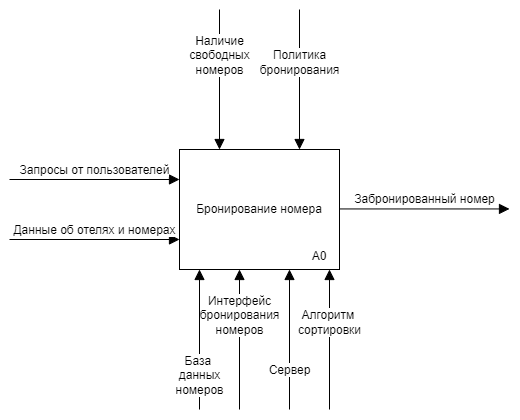
Before: Готовые лабы/Bisness.png, a diagram exported from draw.io (asc0ltato/PPO-5sem). Source tidied: cells renumbered, new cells last; positions are measured from the earlier drawing's top-left corner, leaving out a move shared by most shapes. Source of this version:
```xml
<mxGraphModel>
  <root>
    <mxCell id="0" />
    <mxCell id="1" parent="0" />
    <mxCell id="2" value="Бронирование номера" style="html=1;whiteSpace=wrap;" parent="1" vertex="1">
      <mxGeometry x="170" y="140" width="160" height="120" as="geometry" />
    </mxCell>
    <mxCell id="3" value="Запросы от пользователей" style="html=1;verticalAlign=bottom;endArrow=block;curved=0;rounded=0;fontSize=12;startSize=8;endSize=8;entryX=0;entryY=0.25;entryDx=0;entryDy=0;" parent="1" edge="1" target="2">
      <mxGeometry relative="1" as="geometry">
        <mxPoint y="170" as="sourcePoint" />
      </mxGeometry>
    </mxCell>
    <mxCell id="4" value="Данные об отелях и номерах" style="html=1;verticalAlign=bottom;endArrow=block;curved=0;rounded=0;fontSize=12;startSize=8;endSize=8;entryX=0;entryY=0.75;entryDx=0;entryDy=0;" parent="1" edge="1" target="2">
      <mxGeometry relative="1" as="geometry">
        <mxPoint y="230" as="sourcePoint" />
      </mxGeometry>
    </mxCell>
    <mxCell id="5" value="Забронированный номер" style="html=1;verticalAlign=bottom;endArrow=block;curved=0;rounded=0;fontSize=12;startSize=8;endSize=8;entryX=0;entryY=0.75;entryDx=0;entryDy=0;" parent="1" edge="1">
      <mxGeometry relative="1" as="geometry">
        <mxPoint x="330" y="199.4" as="sourcePoint" />
        <mxPoint x="500" y="199.4" as="targetPoint" />
      </mxGeometry>
    </mxCell>
    <mxCell id="6" value="Наличие&lt;div&gt;свободных&lt;/div&gt;&lt;div&gt;номеров&lt;/div&gt;" style="html=1;verticalAlign=bottom;endArrow=block;curved=0;rounded=0;fontSize=12;startSize=8;endSize=8;entryX=0.25;entryY=0;entryDx=0;entryDy=0;" parent="1" edge="1">
      <mxGeometry relative="1" as="geometry">
        <mxPoint x="210" as="sourcePoint" />
        <mxPoint x="210" y="140" as="targetPoint" />
      </mxGeometry>
    </mxCell>
    <mxCell id="7" value="Интерфейс&lt;div&gt;бронирования&lt;/div&gt;&lt;div&gt;номеров&lt;/div&gt;" style="html=1;verticalAlign=bottom;endArrow=block;curved=0;rounded=0;fontSize=12;startSize=8;endSize=8;" parent="1" edge="1">
      <mxGeometry relative="1" as="geometry">
        <mxPoint x="230" y="400" as="sourcePoint" />
        <mxPoint x="230" y="260" as="targetPoint" />
      </mxGeometry>
    </mxCell>
    <mxCell id="8" value="База&amp;nbsp;&lt;div&gt;данных&lt;/div&gt;&lt;div&gt;номеров&lt;/div&gt;" style="html=1;verticalAlign=bottom;endArrow=block;curved=0;rounded=0;fontSize=12;startSize=8;endSize=8;" parent="1" edge="1">
      <mxGeometry x="-0.86" relative="1" as="geometry">
        <mxPoint x="190" y="400" as="sourcePoint" />
        <mxPoint x="190" y="260" as="targetPoint" />
      </mxGeometry>
    </mxCell>
    <mxCell id="9" value="&lt;font style=&quot;font-size: 12px;&quot;&gt;А0&lt;/font&gt;" style="text;strokeColor=none;fillColor=none;html=1;align=center;verticalAlign=middle;whiteSpace=wrap;rounded=0;fontSize=16;" parent="1" vertex="1">
      <mxGeometry x="280" y="230" width="60" height="30" as="geometry" />
    </mxCell>
    <mxCell id="10" value="Политика&lt;div&gt;бронирования&lt;/div&gt;" style="html=1;verticalAlign=bottom;endArrow=block;curved=0;rounded=0;fontSize=12;startSize=8;endSize=8;entryX=0.25;entryY=0;entryDx=0;entryDy=0;" parent="1" edge="1">
      <mxGeometry relative="1" as="geometry">
        <mxPoint x="290" as="sourcePoint" />
        <mxPoint x="290" y="140" as="targetPoint" />
      </mxGeometry>
    </mxCell>
    <mxCell id="11" value="Сервер" style="html=1;verticalAlign=bottom;endArrow=block;curved=0;rounded=0;fontSize=12;startSize=8;endSize=8;" parent="1" edge="1">
      <mxGeometry x="-0.57" relative="1" as="geometry">
        <mxPoint x="280" y="400" as="sourcePoint" />
        <mxPoint x="280" y="260" as="targetPoint" />
      </mxGeometry>
    </mxCell>
    <mxCell id="12" value="Алгоритм&amp;nbsp;&lt;div&gt;сортировки&lt;/div&gt;" style="html=1;verticalAlign=bottom;endArrow=block;curved=0;rounded=0;fontSize=12;startSize=8;endSize=8;" parent="1" edge="1">
      <mxGeometry relative="1" as="geometry">
        <mxPoint x="320" y="400" as="sourcePoint" />
        <mxPoint x="320" y="260" as="targetPoint" />
      </mxGeometry>
    </mxCell>
  </root>
</mxGraphModel>
```
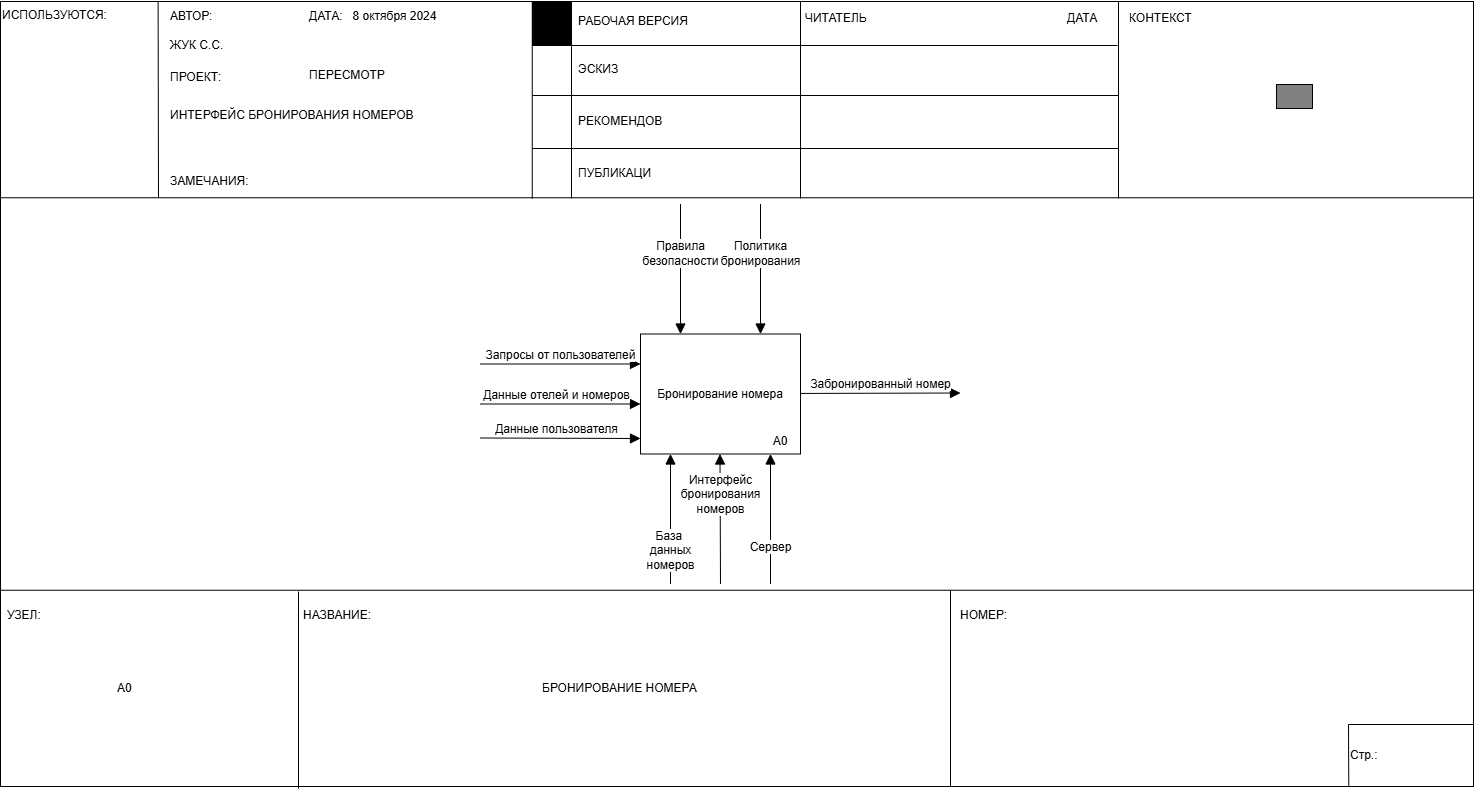
Later version of the same file.

The edit, as a diff of the source:
```diff
@@ -2,41 +2,45 @@
   <root>
     <mxCell id="0" />
     <mxCell id="1" parent="0" />
+    <mxCell id="13" style="rounded=0;whiteSpace=wrap;html=1;" parent="1" vertex="1">
+      <mxGeometry x="-470" y="-192.5" width="1473" height="785" as="geometry" />
+    </mxCell>
     <mxCell id="2" value="Бронирование номера" style="html=1;whiteSpace=wrap;" parent="1" vertex="1">
       <mxGeometry x="170" y="140" width="160" height="120" as="geometry" />
     </mxCell>
     <mxCell id="3" value="Запросы от пользователей" style="html=1;verticalAlign=bottom;endArrow=block;curved=0;rounded=0;fontSize=12;startSize=8;endSize=8;entryX=0;entryY=0.25;entryDx=0;entryDy=0;" parent="1" edge="1" target="2">
       <mxGeometry relative="1" as="geometry">
-        <mxPoint y="170" as="sourcePoint" />
+        <mxPoint x="10" y="170" as="sourcePoint" />
       </mxGeometry>
     </mxCell>
-    <mxCell id="4" value="Данные об отелях и номерах" style="html=1;verticalAlign=bottom;endArrow=block;curved=0;rounded=0;fontSize=12;startSize=8;endSize=8;entryX=0;entryY=0.75;entryDx=0;entryDy=0;" parent="1" edge="1" target="2">
-      <mxGeometry relative="1" as="geometry">
-        <mxPoint y="230" as="sourcePoint" />
+    <mxCell id="4" value="Данные отелей и номеров" style="html=1;verticalAlign=bottom;endArrow=block;curved=0;rounded=0;fontSize=12;startSize=8;endSize=8;entryX=0;entryY=0.75;entryDx=0;entryDy=0;" parent="1" edge="1">
+      <mxGeometry x="-0.06" relative="1" as="geometry">
+        <mxPoint x="10" y="210" as="sourcePoint" />
+        <mxPoint x="170" y="210" as="targetPoint" />
       </mxGeometry>
     </mxCell>
-    <mxCell id="5" value="Забронированный номер" style="html=1;verticalAlign=bottom;endArrow=block;curved=0;rounded=0;fontSize=12;startSize=8;endSize=8;entryX=0;entryY=0.75;entryDx=0;entryDy=0;" parent="1" edge="1">
+    <mxCell id="5" value="Забронированный номер" style="html=1;verticalAlign=bottom;endArrow=block;curved=0;rounded=0;fontSize=12;startSize=8;endSize=8;" parent="1" edge="1">
       <mxGeometry relative="1" as="geometry">
         <mxPoint x="330" y="199.4" as="sourcePoint" />
-        <mxPoint x="500" y="199.4" as="targetPoint" />
+        <mxPoint x="490" y="199" as="targetPoint" />
       </mxGeometry>
     </mxCell>
-    <mxCell id="6" value="Наличие&lt;div&gt;свободных&lt;/div&gt;&lt;div&gt;номеров&lt;/div&gt;" style="html=1;verticalAlign=bottom;endArrow=block;curved=0;rounded=0;fontSize=12;startSize=8;endSize=8;entryX=0.25;entryY=0;entryDx=0;entryDy=0;" parent="1" edge="1">
+    <mxCell id="6" value="Правила&lt;div&gt;безопасности&lt;/div&gt;" style="html=1;verticalAlign=bottom;endArrow=block;curved=0;rounded=0;fontSize=12;startSize=8;endSize=8;entryX=0.25;entryY=0;entryDx=0;entryDy=0;" parent="1" edge="1">
       <mxGeometry relative="1" as="geometry">
-        <mxPoint x="210" as="sourcePoint" />
+        <mxPoint x="210" y="10" as="sourcePoint" />
         <mxPoint x="210" y="140" as="targetPoint" />
       </mxGeometry>
     </mxCell>
     <mxCell id="7" value="Интерфейс&lt;div&gt;бронирования&lt;/div&gt;&lt;div&gt;номеров&lt;/div&gt;" style="html=1;verticalAlign=bottom;endArrow=block;curved=0;rounded=0;fontSize=12;startSize=8;endSize=8;" parent="1" edge="1">
       <mxGeometry relative="1" as="geometry">
-        <mxPoint x="230" y="400" as="sourcePoint" />
-        <mxPoint x="230" y="260" as="targetPoint" />
+        <mxPoint x="250" y="390" as="sourcePoint" />
+        <mxPoint x="249.5" y="260" as="targetPoint" />
       </mxGeometry>
     </mxCell>
     <mxCell id="8" value="База&amp;nbsp;&lt;div&gt;данных&lt;/div&gt;&lt;div&gt;номеров&lt;/div&gt;" style="html=1;verticalAlign=bottom;endArrow=block;curved=0;rounded=0;fontSize=12;startSize=8;endSize=8;" parent="1" edge="1">
       <mxGeometry x="-0.86" relative="1" as="geometry">
-        <mxPoint x="190" y="400" as="sourcePoint" />
-        <mxPoint x="190" y="260" as="targetPoint" />
+        <mxPoint x="200" y="390" as="sourcePoint" />
+        <mxPoint x="200" y="260" as="targetPoint" />
       </mxGeometry>
     </mxCell>
     <mxCell id="9" value="&lt;font style=&quot;font-size: 12px;&quot;&gt;А0&lt;/font&gt;" style="text;strokeColor=none;fillColor=none;html=1;align=center;verticalAlign=middle;whiteSpace=wrap;rounded=0;fontSize=16;" parent="1" vertex="1">
@@ -44,21 +48,167 @@
     </mxCell>
     <mxCell id="10" value="Политика&lt;div&gt;бронирования&lt;/div&gt;" style="html=1;verticalAlign=bottom;endArrow=block;curved=0;rounded=0;fontSize=12;startSize=8;endSize=8;entryX=0.25;entryY=0;entryDx=0;entryDy=0;" parent="1" edge="1">
       <mxGeometry relative="1" as="geometry">
-        <mxPoint x="290" as="sourcePoint" />
+        <mxPoint x="290" y="10" as="sourcePoint" />
         <mxPoint x="290" y="140" as="targetPoint" />
       </mxGeometry>
     </mxCell>
     <mxCell id="11" value="Сервер" style="html=1;verticalAlign=bottom;endArrow=block;curved=0;rounded=0;fontSize=12;startSize=8;endSize=8;" parent="1" edge="1">
       <mxGeometry x="-0.57" relative="1" as="geometry">
-        <mxPoint x="280" y="400" as="sourcePoint" />
-        <mxPoint x="280" y="260" as="targetPoint" />
+        <mxPoint x="300" y="390" as="sourcePoint" />
+        <mxPoint x="300" y="260" as="targetPoint" />
       </mxGeometry>
     </mxCell>
-    <mxCell id="12" value="Алгоритм&amp;nbsp;&lt;div&gt;сортировки&lt;/div&gt;" style="html=1;verticalAlign=bottom;endArrow=block;curved=0;rounded=0;fontSize=12;startSize=8;endSize=8;" parent="1" edge="1">
-      <mxGeometry relative="1" as="geometry">
-        <mxPoint x="320" y="400" as="sourcePoint" />
-        <mxPoint x="320" y="260" as="targetPoint" />
-      </mxGeometry>
-    </mxCell>
+    <mxCell id="14" value="Данные пользователя" style="html=1;verticalAlign=bottom;endArrow=block;curved=0;rounded=0;fontSize=12;startSize=8;endSize=8;entryX=0;entryY=0.75;entryDx=0;entryDy=0;" parent="1" edge="1">
+      <mxGeometry x="-0.06" relative="1" as="geometry">
+        <mxPoint x="10" y="244" as="sourcePoint" />
+        <mxPoint x="170" y="244.5" as="targetPoint" />
+      </mxGeometry>
+    </mxCell>
+    <mxCell id="15" value="ИСПОЛЬЗУЮТСЯ:" style="text;html=1;align=left;verticalAlign=middle;whiteSpace=wrap;rounded=0;fontSize=12;" parent="1" vertex="1">
+      <mxGeometry x="-470" y="-193.5" width="60" height="30" as="geometry" />
+    </mxCell>
+    <mxCell id="16" style="endArrow=none;html=1;rounded=0;fontSize=12;startSize=8;endSize=8;curved=1;exitX=0;exitY=0.75;exitDx=0;exitDy=0;entryX=1;entryY=0.75;entryDx=0;entryDy=0;" parent="1" edge="1" source="13" target="13">
+      <mxGeometry relative="1" as="geometry" />
+    </mxCell>
+    <mxCell id="17" style="endArrow=none;html=1;rounded=0;fontSize=12;startSize=8;endSize=8;curved=1;entryX=1;entryY=0.25;entryDx=0;entryDy=0;exitX=0;exitY=0.25;exitDx=0;exitDy=0;" parent="1" edge="1" source="13" target="13">
+      <mxGeometry relative="1" as="geometry" />
+    </mxCell>
+    <mxCell id="18" style="endArrow=none;html=1;rounded=0;fontSize=12;startSize=8;endSize=8;curved=1;" parent="1" edge="1">
+      <mxGeometry relative="1" as="geometry">
+        <mxPoint x="61.8" y="-192.5" as="sourcePoint" />
+        <mxPoint x="61.8" y="4.5" as="targetPoint" />
+      </mxGeometry>
+    </mxCell>
+    <mxCell id="19" value="УЗЕЛ:" style="text;html=1;align=left;verticalAlign=middle;whiteSpace=wrap;rounded=0;fontSize=12;" parent="1" vertex="1">
+      <mxGeometry x="-465" y="406.5" width="60" height="30" as="geometry" />
+    </mxCell>
+    <mxCell id="20" value="A0" style="text;html=1;align=left;verticalAlign=middle;whiteSpace=wrap;rounded=0;fontSize=12;" parent="1" vertex="1">
+      <mxGeometry x="-355" y="479.5" width="60" height="30" as="geometry" />
+    </mxCell>
+    <mxCell id="21" style="endArrow=none;html=1;rounded=0;fontSize=12;startSize=8;endSize=8;curved=1;exitX=0.107;exitY=0;exitDx=0;exitDy=0;exitPerimeter=0;" parent="1" edge="1" source="13">
+      <mxGeometry relative="1" as="geometry">
+        <mxPoint x="-312" y="3.5" as="targetPoint" />
+      </mxGeometry>
+    </mxCell>
+    <mxCell id="22" value="АВТОР:" style="text;html=1;align=left;verticalAlign=middle;whiteSpace=wrap;rounded=0;fontSize=12;" parent="1" vertex="1">
+      <mxGeometry x="-302" y="-192.5" width="60" height="30" as="geometry" />
+    </mxCell>
+    <mxCell id="23" value="ПРОЕКТ:" style="text;html=1;align=left;verticalAlign=middle;whiteSpace=wrap;rounded=0;fontSize=12;" parent="1" vertex="1">
+      <mxGeometry x="-302" y="-131.5" width="60" height="30" as="geometry" />
+    </mxCell>
+    <mxCell id="24" value="ЗАМЕЧАНИЯ:&amp;nbsp;" style="text;html=1;align=left;verticalAlign=middle;whiteSpace=wrap;rounded=0;fontSize=12;" parent="1" vertex="1">
+      <mxGeometry x="-302" y="-27.5" width="60" height="30" as="geometry" />
+    </mxCell>
+    <mxCell id="25" value="ПЕРЕСМОТР" style="text;html=1;align=left;verticalAlign=middle;whiteSpace=wrap;rounded=0;fontSize=12;" parent="1" vertex="1">
+      <mxGeometry x="-163" y="-133.5" width="60" height="30" as="geometry" />
+    </mxCell>
+    <mxCell id="26" value="ДАТА:&amp;nbsp; &amp;nbsp;8 октября 2024" style="text;html=1;align=left;verticalAlign=middle;whiteSpace=wrap;rounded=0;fontSize=12;" parent="1" vertex="1">
+      <mxGeometry x="-163" y="-192.5" width="185" height="30" as="geometry" />
+    </mxCell>
+    <mxCell id="27" value="РАБОЧАЯ ВЕРСИЯ" style="text;html=1;align=left;verticalAlign=middle;whiteSpace=wrap;rounded=0;fontSize=12;" parent="1" vertex="1">
+      <mxGeometry x="106" y="-187.5" width="159" height="30" as="geometry" />
+    </mxCell>
+    <mxCell id="28" value="ЭСКИЗ" style="text;html=1;align=left;verticalAlign=middle;whiteSpace=wrap;rounded=0;fontSize=12;" parent="1" vertex="1">
+      <mxGeometry x="106" y="-139.5" width="159" height="30" as="geometry" />
+    </mxCell>
+    <mxCell id="29" value="РЕКОМЕНДОВ" style="text;html=1;align=left;verticalAlign=middle;whiteSpace=wrap;rounded=0;fontSize=12;" parent="1" vertex="1">
+      <mxGeometry x="106" y="-87.5" width="159" height="30" as="geometry" />
+    </mxCell>
+    <mxCell id="30" value="ПУБЛИКАЦИ" style="text;html=1;align=left;verticalAlign=middle;whiteSpace=wrap;rounded=0;fontSize=12;" parent="1" vertex="1">
+      <mxGeometry x="106" y="-35.5" width="159" height="30" as="geometry" />
+    </mxCell>
+    <mxCell id="31" value="ЧИТАТЕЛЬ" style="text;html=1;align=left;verticalAlign=middle;whiteSpace=wrap;rounded=0;fontSize=12;" parent="1" vertex="1">
+      <mxGeometry x="333" y="-190.5" width="100" height="30" as="geometry" />
+    </mxCell>
+    <mxCell id="32" value="ДАТА" style="text;html=1;align=left;verticalAlign=middle;whiteSpace=wrap;rounded=0;fontSize=12;" parent="1" vertex="1">
+      <mxGeometry x="595" y="-190.5" width="53" height="30" as="geometry" />
+    </mxCell>
+    <mxCell id="33" value="КОНТЕКСТ" style="text;html=1;align=left;verticalAlign=middle;whiteSpace=wrap;rounded=0;fontSize=12;" parent="1" vertex="1">
+      <mxGeometry x="657" y="-190.5" width="93" height="30" as="geometry" />
+    </mxCell>
+    <mxCell id="34" value="НАЗВАНИЕ:&amp;nbsp;" style="text;html=1;align=left;verticalAlign=middle;whiteSpace=wrap;rounded=0;fontSize=12;" parent="1" vertex="1">
+      <mxGeometry x="-169" y="406.5" width="120" height="30" as="geometry" />
+    </mxCell>
+    <mxCell id="35" value="НОМЕР:" style="text;html=1;align=left;verticalAlign=middle;whiteSpace=wrap;rounded=0;fontSize=12;" parent="1" vertex="1">
+      <mxGeometry x="488" y="406.5" width="85" height="30" as="geometry" />
+    </mxCell>
+    <mxCell id="36" value="ЖУК С.С." style="text;html=1;align=left;verticalAlign=middle;whiteSpace=wrap;rounded=0;fontSize=12;" parent="1" vertex="1">
+      <mxGeometry x="-302" y="-163.5" width="179" height="30" as="geometry" />
+    </mxCell>
+    <mxCell id="37" style="endArrow=none;html=1;rounded=0;fontSize=12;startSize=8;endSize=8;curved=1;" parent="1" edge="1">
+      <mxGeometry relative="1" as="geometry">
+        <mxPoint x="101" y="-192.5" as="sourcePoint" />
+        <mxPoint x="101" y="4.5" as="targetPoint" />
+      </mxGeometry>
+    </mxCell>
+    <mxCell id="38" style="endArrow=none;html=1;rounded=0;fontSize=12;startSize=8;endSize=8;curved=1;" parent="1" edge="1">
+      <mxGeometry relative="1" as="geometry">
+        <mxPoint x="62" y="-148.5" as="sourcePoint" />
+        <mxPoint x="647" y="-148.5" as="targetPoint" />
+      </mxGeometry>
+    </mxCell>
+    <mxCell id="39" style="endArrow=none;html=1;rounded=0;fontSize=12;startSize=8;endSize=8;curved=1;" parent="1" edge="1">
+      <mxGeometry relative="1" as="geometry">
+        <mxPoint x="330" y="-192.5" as="sourcePoint" />
+        <mxPoint x="330" y="4.5" as="targetPoint" />
+      </mxGeometry>
+    </mxCell>
+    <mxCell id="40" style="endArrow=none;html=1;rounded=0;fontSize=12;startSize=8;endSize=8;curved=1;" parent="1" edge="1">
+      <mxGeometry relative="1" as="geometry">
+        <mxPoint x="648" y="-192.5" as="sourcePoint" />
+        <mxPoint x="648" y="4.5" as="targetPoint" />
+      </mxGeometry>
+    </mxCell>
+    <mxCell id="41" style="endArrow=none;html=1;rounded=0;fontSize=12;startSize=8;endSize=8;curved=1;" parent="1" edge="1">
+      <mxGeometry relative="1" as="geometry">
+        <mxPoint x="62" y="-98.5" as="sourcePoint" />
+        <mxPoint x="648" y="-98.5" as="targetPoint" />
+      </mxGeometry>
+    </mxCell>
+    <mxCell id="42" style="endArrow=none;html=1;rounded=0;fontSize=12;startSize=8;endSize=8;curved=1;" parent="1" edge="1">
+      <mxGeometry relative="1" as="geometry">
+        <mxPoint x="62" y="-45.5" as="sourcePoint" />
+        <mxPoint x="648" y="-45.5" as="targetPoint" />
+      </mxGeometry>
+    </mxCell>
+    <mxCell id="43" style="rounded=0;whiteSpace=wrap;html=1;labelBackgroundColor=#000000;fillColor=#000000;" parent="1" vertex="1">
+      <mxGeometry x="62" y="-192.5" width="39" height="44" as="geometry" />
+    </mxCell>
+    <mxCell id="44" style="endArrow=none;html=1;rounded=0;fontSize=12;startSize=8;endSize=8;curved=1;" parent="1" edge="1">
+      <mxGeometry relative="1" as="geometry">
+        <mxPoint x="-172" y="397.5" as="sourcePoint" />
+        <mxPoint x="-172" y="594.5" as="targetPoint" />
+      </mxGeometry>
+    </mxCell>
+    <mxCell id="45" style="endArrow=none;html=1;rounded=0;fontSize=12;startSize=8;endSize=8;curved=1;" parent="1" edge="1">
+      <mxGeometry relative="1" as="geometry">
+        <mxPoint x="480" y="396.5" as="sourcePoint" />
+        <mxPoint x="480" y="592.5" as="targetPoint" />
+      </mxGeometry>
+    </mxCell>
+    <mxCell id="46" style="endArrow=none;html=1;rounded=0;fontSize=12;startSize=8;endSize=8;curved=1;" parent="1" edge="1">
+      <mxGeometry relative="1" as="geometry">
+        <mxPoint x="878" y="530.5" as="sourcePoint" />
+        <mxPoint x="1003" y="530.5" as="targetPoint" />
+      </mxGeometry>
+    </mxCell>
+    <mxCell id="47" style="endArrow=none;html=1;rounded=0;fontSize=12;startSize=8;endSize=8;curved=1;entryX=0.916;entryY=0.998;entryDx=0;entryDy=0;entryPerimeter=0;" parent="1" edge="1">
+      <mxGeometry relative="1" as="geometry">
+        <mxPoint x="878" y="530.5" as="sourcePoint" />
+        <mxPoint x="878.3" y="592.5" as="targetPoint" />
+      </mxGeometry>
+    </mxCell>
+    <mxCell id="48" value="Стр.:" style="text;html=1;align=left;verticalAlign=middle;whiteSpace=wrap;rounded=0;fontSize=12;" parent="1" vertex="1">
+      <mxGeometry x="878" y="546.5" width="85" height="30" as="geometry" />
+    </mxCell>
+    <mxCell id="49" style="rounded=0;whiteSpace=wrap;html=1;fillColor=#808080;" parent="1" vertex="1">
+      <mxGeometry x="806" y="-109.5" width="36" height="24" as="geometry" />
+    </mxCell>
+    <mxCell id="50" value="БРОНИРОВАНИЕ НОМЕРА" style="text;html=1;align=left;verticalAlign=middle;whiteSpace=wrap;rounded=0;fontSize=12;" parent="1" vertex="1">
+      <mxGeometry x="70" y="479.5" width="170" height="30" as="geometry" />
+    </mxCell>
+    <mxCell id="51" value="ИНТЕРФЕЙС БРОНИРОВАНИЯ НОМЕРОВ" style="text;html=1;align=left;verticalAlign=middle;whiteSpace=wrap;rounded=0;fontSize=12;" parent="1" vertex="1">
+      <mxGeometry x="-302" y="-93.5" width="262" height="30" as="geometry" />
+    </mxCell>
   </root>
 </mxGraphModel>
```
